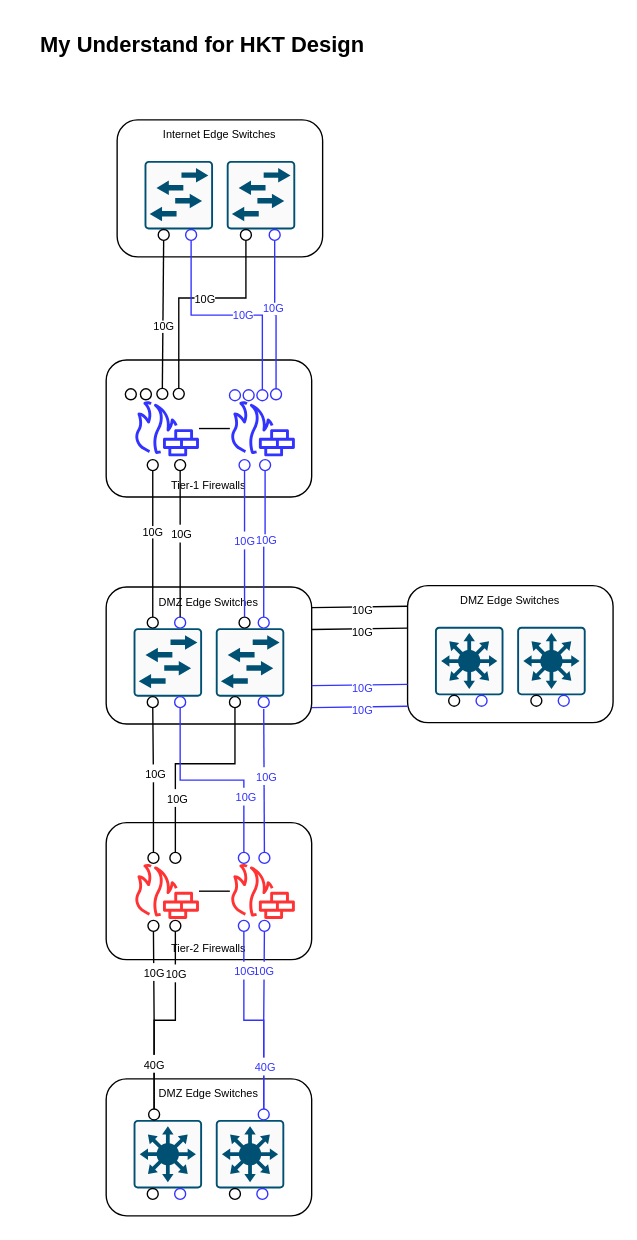
Before: page "Page-2" (2 of 2) of HA-ITI.drawio in dickylcd/diagrams, a draw.io diagram. Source tidied: cells renumbered, new cells numbered last; positions are measured from the earlier drawing's top-left corner, leaving out a move shared by most shapes. Both pictures are drawn from the tidied source at 137%, with x=0, y=0 at pixel (23, 23).
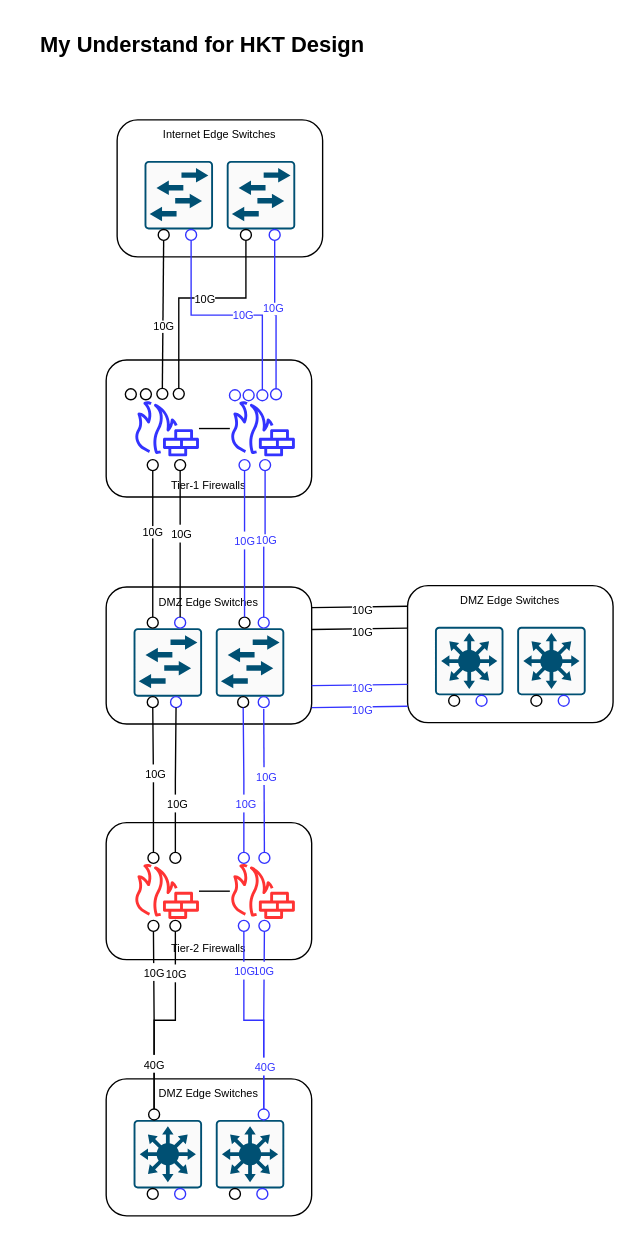
The same page after the edit.

Unchanged cells that the change refers to:
```xml
<mxCell id="2" style="group;" parent="1" vertex="1">
  <mxGeometry x="60" y="411" width="150" height="100" as="geometry" />
</mxCell>
<mxCell id="47" style="ellipse;whiteSpace=wrap;html=1;strokeColor=#3333FF;fontSize=8;" parent="41" vertex="1">
  <mxGeometry x="96.5" y="21.7" width="8" height="8" as="geometry" />
</mxCell>
<mxCell id="48" style="ellipse;whiteSpace=wrap;html=1;strokeColor=#000000;fontSize=8;fontColor=#3333FF;" parent="41" vertex="1">
  <mxGeometry x="46.5" y="21.7" width="8" height="8" as="geometry" />
</mxCell>
```

Diff of the diagram source:
```diff
@@
     <mxCell id="7" style="ellipse;whiteSpace=wrap;html=1;strokeColor=#000000;fontSize=8;" parent="2" vertex="1">
-      <mxGeometry x="90" y="80" width="8" height="8" as="geometry" />
+      <mxGeometry x="96" y="80" width="8" height="8" as="geometry" />
     </mxCell>
     <mxCell id="8" style="ellipse;whiteSpace=wrap;html=1;strokeColor=#3333FF;fontSize=8;fontColor=#3333FF;" parent="2" vertex="1">
-      <mxGeometry x="50" y="80" width="8" height="8" as="geometry" />
+      <mxGeometry x="47" y="80" width="8" height="8" as="geometry" />
     </mxCell>
@@
-    <mxCell id="76" style="endArrow=none;html=1;rounded=0;edgeStyle=orthogonalEdgeStyle;entryX=0.5;entryY=1;entryDx=0;entryDy=0;exitX=0.5;exitY=0;exitDx=0;exitDy=0;" parent="1" edge="1" source="48" target="7">
-      <mxGeometry relative="1" as="geometry">
-        <Array as="points">
-          <mxPoint x="111" y="540" />
-          <mxPoint x="154" y="540" />
-        </Array>
-      </mxGeometry>
+    <mxCell id="76" style="endArrow=none;html=1;rounded=0;edgeStyle=orthogonalEdgeStyle;exitX=0.5;exitY=0;exitDx=0;exitDy=0;entryX=0.5;entryY=1;entryDx=0;entryDy=0;" parent="1" edge="1" source="48" target="8">
+      <mxGeometry relative="1" as="geometry" />
     </mxCell>
     <mxCell id="77" value="&lt;font style=&quot;font-size: 8px;&quot;&gt;10G&lt;/font&gt;" style="edgeLabel;html=1;align=center;verticalAlign=middle;" parent="76" vertex="1">
-      <mxGeometry x="-0.46" y="-1" relative="1" as="geometry" />
+      <mxGeometry x="-0.46" y="-1" relative="1" as="geometry">
+        <mxPoint y="-7" as="offset" />
+      </mxGeometry>
     </mxCell>
-    <mxCell id="78" style="endArrow=none;html=1;rounded=0;edgeStyle=orthogonalEdgeStyle;entryX=0.5;entryY=1;entryDx=0;entryDy=0;exitX=0.5;exitY=0;exitDx=0;exitDy=0;strokeColor=#3333FF;" parent="1" edge="1" source="47" target="8">
+    <mxCell id="78" style="endArrow=none;html=1;rounded=0;edgeStyle=orthogonalEdgeStyle;exitX=0.5;exitY=0;exitDx=0;exitDy=0;strokeColor=#3333FF;entryX=0.5;entryY=1;entryDx=0;entryDy=0;" parent="1" edge="1" source="47" target="7">
       <mxGeometry relative="1" as="geometry" />
     </mxCell>
     <mxCell id="79" value="&lt;font style=&quot;font-size: 8px;&quot;&gt;10G&lt;/font&gt;" style="edgeLabel;html=1;align=center;verticalAlign=middle;fontColor=#3333FF;" parent="78" vertex="1">
-      <mxGeometry x="-0.46" y="-1" relative="1" as="geometry" />
+      <mxGeometry x="-0.46" y="-1" relative="1" as="geometry">
+        <mxPoint y="-7" as="offset" />
+      </mxGeometry>
     </mxCell>
```
